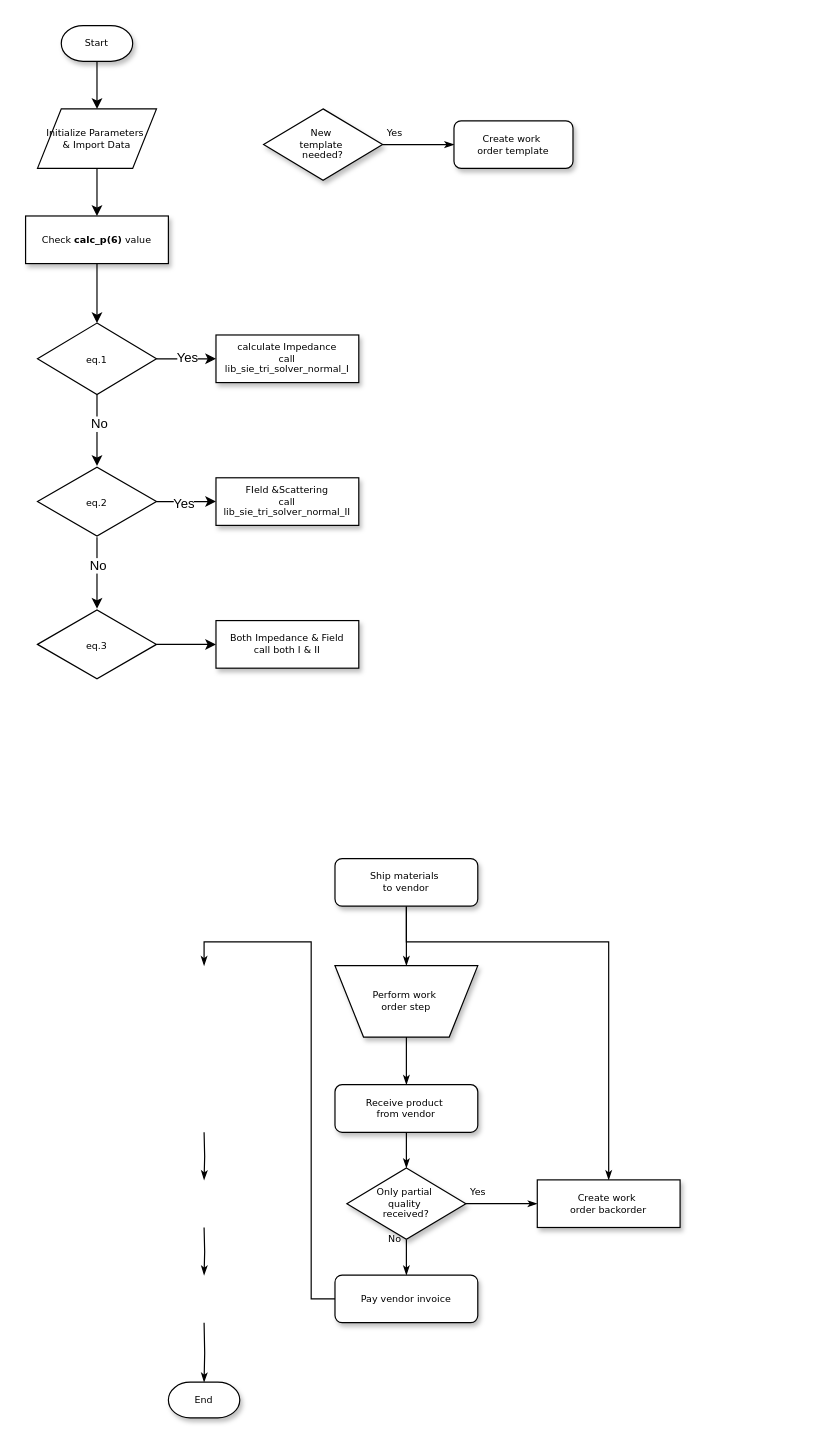
ZHONGYUzu/ZHONGYUzu.github.io keeps this draw.io diagram as 未命名绘图.drawio. Above is the earlier version. Source tidied: cells renumbered, new cells numbered last; positions are measured from the earlier drawing's top-left corner, leaving out a move shared by most shapes. Both pictures are drawn from the tidied source at 119%, with x=0, y=0 at pixel (25, 25).
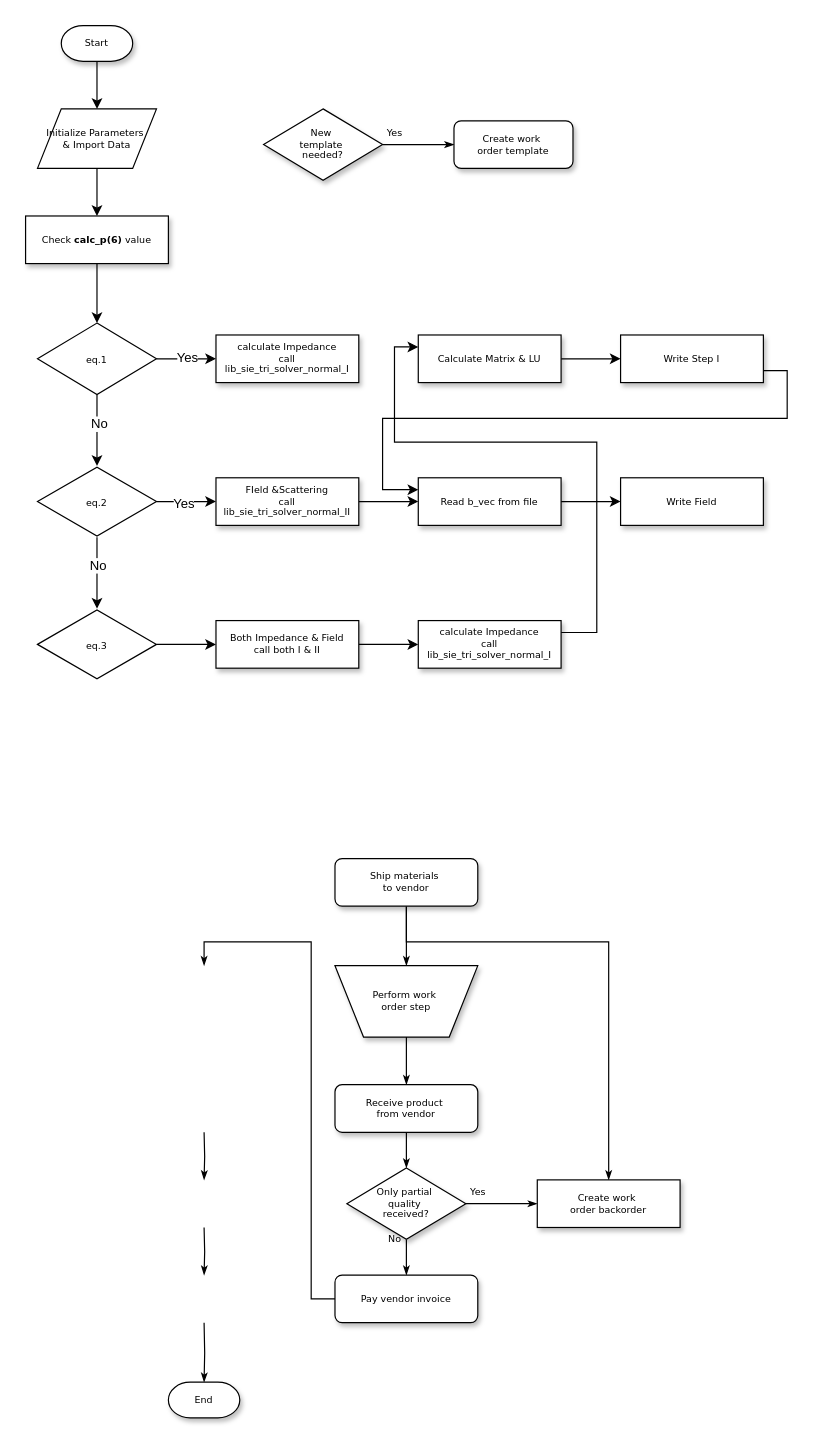
The same page after the edit.

Commit message:
更新未命名绘图.drawio

Unchanged cells that the change refers to:
```xml
<mxCell id="8" value="FIeld &amp;amp;Scattering&lt;div&gt;call lib_sie_tri_solver_normal_II&lt;/div&gt;" style="whiteSpace=wrap;html=1;rounded=0;shadow=1;labelBackgroundColor=none;strokeWidth=1;fontFamily=Verdana;fontSize=8;align=center;spacing=6;" parent="1" vertex="1">
  <mxGeometry x="160" y="380" width="120" height="40" as="geometry" />
</mxCell>
<mxCell id="40" value="Both Impedance &amp;amp; Field&lt;div&gt;call both I &amp;amp; II&lt;/div&gt;" style="whiteSpace=wrap;html=1;rounded=0;shadow=1;labelBackgroundColor=none;strokeWidth=1;fontFamily=Verdana;fontSize=8;align=center;spacing=6;" parent="1" vertex="1">
  <mxGeometry x="160" y="500" width="120" height="40" as="geometry" />
</mxCell>
```

Diff of the diagram source:
```diff
@@
+    <mxCell id="43" style="edgeStyle=orthogonalEdgeStyle;rounded=0;jettySize=auto;html=1;" parent="1" edge="1" source="8" target="48">
+      <mxGeometry relative="1" as="geometry" />
+    </mxCell>
@@
+    <mxCell id="44" style="edgeStyle=orthogonalEdgeStyle;rounded=0;jettySize=auto;html=1;" parent="1" edge="1" source="40" target="50">
+      <mxGeometry relative="1" as="geometry" />
+    </mxCell>
@@
+    <mxCell id="45" style="edgeStyle=orthogonalEdgeStyle;rounded=0;jettySize=auto;html=1;" parent="1" edge="1" source="46" target="52">
+      <mxGeometry relative="1" as="geometry" />
+    </mxCell>
+    <mxCell id="46" value="Calculate Matrix &amp;amp; LU" style="whiteSpace=wrap;html=1;rounded=0;shadow=1;labelBackgroundColor=none;strokeWidth=1;fontFamily=Verdana;fontSize=8;align=center;" parent="1" vertex="1">
+      <mxGeometry x="330" y="260" width="120" height="40" as="geometry" />
+    </mxCell>
+    <mxCell id="47" style="edgeStyle=orthogonalEdgeStyle;rounded=0;jettySize=auto;html=1;" parent="1" edge="1" source="48" target="53">
+      <mxGeometry relative="1" as="geometry" />
+    </mxCell>
+    <mxCell id="48" value="Read b_vec from file" style="whiteSpace=wrap;html=1;rounded=0;shadow=1;labelBackgroundColor=none;strokeWidth=1;fontFamily=Verdana;fontSize=8;align=center;" parent="1" vertex="1">
+      <mxGeometry x="330" y="380" width="120" height="40" as="geometry" />
+    </mxCell>
+    <mxCell id="49" style="edgeStyle=orthogonalEdgeStyle;rounded=0;jettySize=auto;html=1;exitX=1;exitY=0.25;exitDx=0;exitDy=0;entryX=0;entryY=0.25;entryDx=0;entryDy=0;" parent="1" edge="1" source="50" target="46">
+      <mxGeometry relative="1" as="geometry">
+        <Array as="points">
+          <mxPoint x="480" y="510" />
+          <mxPoint x="480" y="350" />
+          <mxPoint x="310" y="350" />
+          <mxPoint x="310" y="270" />
+        </Array>
+      </mxGeometry>
+    </mxCell>
+    <mxCell id="50" value="calculate Impedance&lt;div&gt;call lib_sie_tri_solver_normal_I&lt;/div&gt;" style="whiteSpace=wrap;html=1;rounded=0;shadow=1;labelBackgroundColor=none;strokeWidth=1;fontFamily=Verdana;fontSize=8;align=center;" parent="1" vertex="1">
+      <mxGeometry x="330" y="500" width="120" height="40" as="geometry" />
+    </mxCell>
+    <mxCell id="51" style="edgeStyle=orthogonalEdgeStyle;rounded=0;jettySize=auto;html=1;exitX=1;exitY=0.75;exitDx=0;exitDy=0;entryX=0;entryY=0.25;entryDx=0;entryDy=0;" parent="1" edge="1" source="52" target="48">
+      <mxGeometry relative="1" as="geometry">
+        <Array as="points">
+          <mxPoint x="640" y="290" />
+          <mxPoint x="640" y="330" />
+          <mxPoint x="300" y="330" />
+          <mxPoint x="300" y="390" />
+        </Array>
+      </mxGeometry>
+    </mxCell>
+    <mxCell id="52" value="Write Step I" style="whiteSpace=wrap;html=1;rounded=0;shadow=1;labelBackgroundColor=none;strokeWidth=1;fontFamily=Verdana;fontSize=8;align=center;" parent="1" vertex="1">
+      <mxGeometry x="500" y="260" width="120" height="40" as="geometry" />
+    </mxCell>
+    <mxCell id="53" value="Write Field" style="whiteSpace=wrap;html=1;rounded=0;shadow=1;labelBackgroundColor=none;strokeWidth=1;fontFamily=Verdana;fontSize=8;align=center;" parent="1" vertex="1">
+      <mxGeometry x="500" y="380" width="120" height="40" as="geometry" />
+    </mxCell>
```
